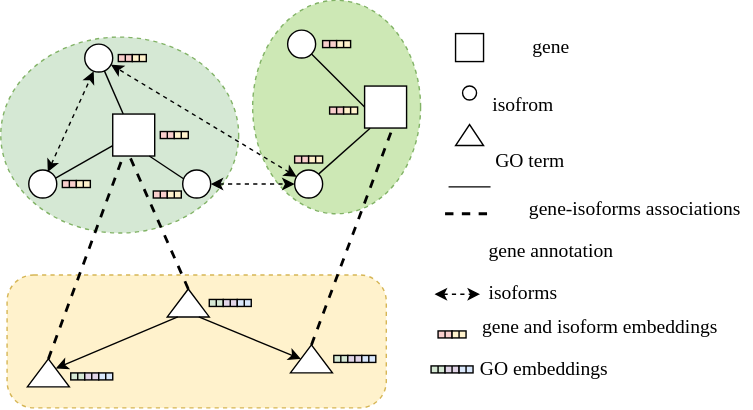
Above: 未命名绘图.drawio.svg in gk3046/testgkkk (draw.io), before the change. Source tidied: cells renumbered, new cells last; positions are measured from the earlier drawing's top-left corner, leaving out a move shared by most shapes.
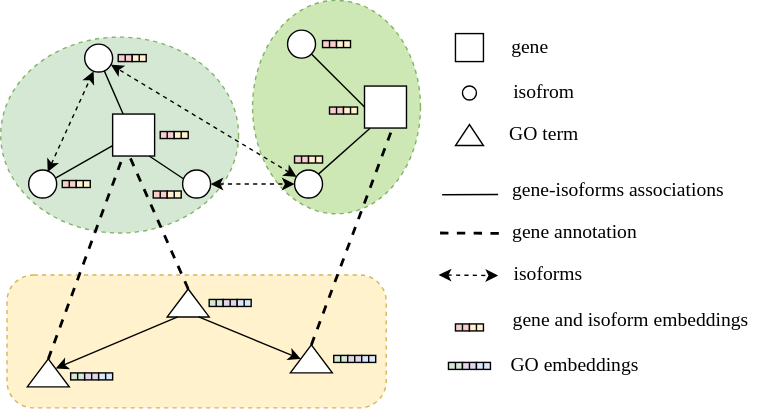
Later version of the same file.

Commit message:
更新未命名绘图.drawio.svg

Change to the diagram source:
```diff
@@ -88,52 +88,52 @@
       <mxGeometry x="330" y="61" width="10" height="10" as="geometry" />
     </mxCell>
     <mxCell id="29" value="&lt;font style=&quot;font-size: 14px;&quot; face=&quot;Times New Roman&quot;&gt;isofrom&lt;/font&gt;" style="text;html=1;align=center;verticalAlign=middle;strokeColor=none;fillColor=none;" parent="1" vertex="1">
-      <mxGeometry x="337.5" y="59.8" width="70" height="30" as="geometry" />
+      <mxGeometry x="352.5" y="51" width="70" height="30" as="geometry" />
     </mxCell>
     <mxCell id="30" style="rounded=1;whiteSpace=wrap;html=1;arcSize=0;direction=west;" parent="1" vertex="1">
       <mxGeometry x="325" y="23.5" width="20" height="20" as="geometry" />
     </mxCell>
     <mxCell id="31" value="&lt;font style=&quot;font-size: 14px;&quot; face=&quot;Times New Roman&quot;&gt;gene&lt;/font&gt;" style="text;html=1;align=center;verticalAlign=middle;strokeColor=none;fillColor=none;" parent="1" vertex="1">
-      <mxGeometry x="367.5" y="18.5" width="50" height="30" as="geometry" />
+      <mxGeometry x="352.5" y="18.5" width="50" height="30" as="geometry" />
     </mxCell>
     <mxCell id="32" style="triangle;whiteSpace=wrap;html=1;rotation=-90;" parent="1" vertex="1">
       <mxGeometry x="327.5" y="86" width="15" height="20" as="geometry" />
     </mxCell>
     <mxCell id="33" value="&lt;font style=&quot;font-size: 14px;&quot; face=&quot;Times New Roman&quot;&gt;GO term&lt;/font&gt;" style="text;html=1;align=center;verticalAlign=middle;strokeColor=none;fillColor=none;" parent="1" vertex="1">
-      <mxGeometry x="342.5" y="99.8" width="70" height="30" as="geometry" />
+      <mxGeometry x="352.5" y="81" width="70" height="30" as="geometry" />
     </mxCell>
-    <mxCell id="34" style="endArrow=none;dashed=1;html=1;strokeWidth=2;rounded=0;exitX=1;exitY=0.5;exitDx=0;exitDy=0;" parent="1" edge="1">
+    <mxCell id="34" style="endArrow=none;dashed=1;html=1;strokeWidth=2;rounded=0;" parent="1" edge="1">
       <mxGeometry relative="1" as="geometry">
-        <mxPoint x="317.5" y="152.2" as="sourcePoint" />
-        <mxPoint x="353" y="152.2" as="targetPoint" />
+        <mxPoint x="314" y="166" as="sourcePoint" />
+        <mxPoint x="357" y="166.2" as="targetPoint" />
       </mxGeometry>
     </mxCell>
     <mxCell id="35" value="&lt;font style=&quot;font-size: 14px;&quot; face=&quot;Times New Roman&quot;&gt;gene annotation&lt;/font&gt;" style="text;html=1;align=center;verticalAlign=middle;strokeColor=none;fillColor=none;" parent="1" vertex="1">
-      <mxGeometry x="337.5" y="164.8" width="110" height="30" as="geometry" />
+      <mxGeometry x="355" y="151" width="110" height="30" as="geometry" />
     </mxCell>
     <mxCell id="36" style="endArrow=classic;startArrow=classic;html=1;rounded=0;dashed=1;exitX=1;exitY=0.5;exitDx=0;exitDy=0;" parent="1" edge="1">
       <mxGeometry relative="1" as="geometry">
-        <mxPoint x="310" y="209.8" as="sourcePoint" />
-        <mxPoint x="342.5" y="209.8" as="targetPoint" />
+        <mxPoint x="313" y="196" as="sourcePoint" />
+        <mxPoint x="355.5" y="196.4" as="targetPoint" />
       </mxGeometry>
     </mxCell>
     <mxCell id="37" value="&lt;font face=&quot;Times New Roman&quot; style=&quot;font-size: 14px;&quot;&gt;isoforms&lt;/font&gt;" style="text;html=1;align=center;verticalAlign=middle;strokeColor=none;fillColor=none;" parent="1" vertex="1">
-      <mxGeometry x="337.5" y="194.8" width="70" height="30" as="geometry" />
+      <mxGeometry x="355.5" y="181" width="70" height="30" as="geometry" />
     </mxCell>
     <mxCell id="38" style="endArrow=none;html=1;rounded=0;" parent="1" edge="1">
       <mxGeometry relative="1" as="geometry">
-        <mxPoint x="320" y="133.1" as="sourcePoint" />
-        <mxPoint x="350" y="133.1" as="targetPoint" />
+        <mxPoint x="315.5" y="138.7" as="sourcePoint" />
+        <mxPoint x="355.5" y="138.5" as="targetPoint" />
       </mxGeometry>
     </mxCell>
     <mxCell id="39" value="&lt;font style=&quot;font-size: 14px;&quot; face=&quot;Times New Roman&quot;&gt;gene-isoforms&amp;nbsp;associations&lt;br&gt;&lt;/font&gt;" style="text;html=1;align=center;verticalAlign=middle;strokeColor=none;fillColor=none;" parent="1" vertex="1">
-      <mxGeometry x="367.5" y="134.8" width="170" height="30" as="geometry" />
+      <mxGeometry x="355.5" y="121" width="170" height="30" as="geometry" />
     </mxCell>
     <mxCell id="40" style="shape=process;whiteSpace=wrap;html=1;backgroundOutline=1;size=0.5;fillColor=#d5e8d4;strokeColor=#000000;" parent="1" vertex="1">
-      <mxGeometry x="307.5" y="261" width="10" height="5" as="geometry" />
+      <mxGeometry x="320" y="258.5" width="10" height="5" as="geometry" />
     </mxCell>
     <mxCell id="41" style="shape=process;whiteSpace=wrap;html=1;backgroundOutline=1;size=0.5;fillColor=#e1d5e7;strokeColor=#000000;" parent="1" vertex="1">
-      <mxGeometry x="317.5" y="261" width="10" height="5" as="geometry" />
+      <mxGeometry x="330" y="258.5" width="10" height="5" as="geometry" />
     </mxCell>
     <mxCell id="42" style="shape=process;whiteSpace=wrap;html=1;backgroundOutline=1;size=0.5;fillColor=#f8cecc;strokeColor=#000000;" parent="1" vertex="1">
       <mxGeometry x="84" y="38.5" width="10" height="5" as="geometry" />
@@ -178,7 +178,7 @@
       <mxGeometry x="245" y="76" width="10" height="5" as="geometry" />
     </mxCell>
     <mxCell id="56" style="shape=process;whiteSpace=wrap;html=1;backgroundOutline=1;size=0.5;fillColor=#dae8fc;strokeColor=#000000;" parent="1" vertex="1">
-      <mxGeometry x="327.5" y="261" width="10" height="5" as="geometry" />
+      <mxGeometry x="340" y="258.5" width="10" height="5" as="geometry" />
     </mxCell>
     <mxCell id="57" style="shape=process;whiteSpace=wrap;html=1;backgroundOutline=1;size=0.5;fillColor=#d5e8d4;strokeColor=#000000;" parent="1" vertex="1">
       <mxGeometry x="149" y="213.5" width="10" height="5" as="geometry" />
@@ -208,16 +208,16 @@
       <mxGeometry x="70" y="266" width="10" height="5" as="geometry" />
     </mxCell>
     <mxCell id="66" style="shape=process;whiteSpace=wrap;html=1;backgroundOutline=1;size=0.5;fillColor=#f8cecc;strokeColor=#000000;" parent="1" vertex="1">
-      <mxGeometry x="312.5" y="236" width="10" height="5" as="geometry" />
+      <mxGeometry x="325" y="231" width="10" height="5" as="geometry" />
     </mxCell>
     <mxCell id="67" style="shape=process;whiteSpace=wrap;html=1;backgroundOutline=1;size=0.5;fillColor=#fff2cc;strokeColor=#000000;" parent="1" vertex="1">
-      <mxGeometry x="322.5" y="236" width="10" height="5" as="geometry" />
+      <mxGeometry x="335" y="231" width="10" height="5" as="geometry" />
     </mxCell>
     <mxCell id="68" value="&lt;font style=&quot;font-size: 14px;&quot; face=&quot;Times New Roman&quot;&gt;gene and isoform embeddings&lt;/font&gt;" style="text;html=1;align=center;verticalAlign=middle;strokeColor=none;fillColor=none;" parent="1" vertex="1">
-      <mxGeometry x="332.5" y="218.5" width="190" height="30" as="geometry" />
+      <mxGeometry x="355" y="213.5" width="190" height="30" as="geometry" />
     </mxCell>
     <mxCell id="69" value="&lt;font style=&quot;font-size: 14px;&quot; face=&quot;Times New Roman&quot;&gt;GO embeddings&lt;/font&gt;" style="text;html=1;align=center;verticalAlign=middle;strokeColor=none;fillColor=none;" parent="1" vertex="1">
-      <mxGeometry x="332.5" y="248.5" width="110" height="30" as="geometry" />
+      <mxGeometry x="355" y="246" width="110" height="30" as="geometry" />
     </mxCell>
   </root>
 </mxGraphModel>
```
